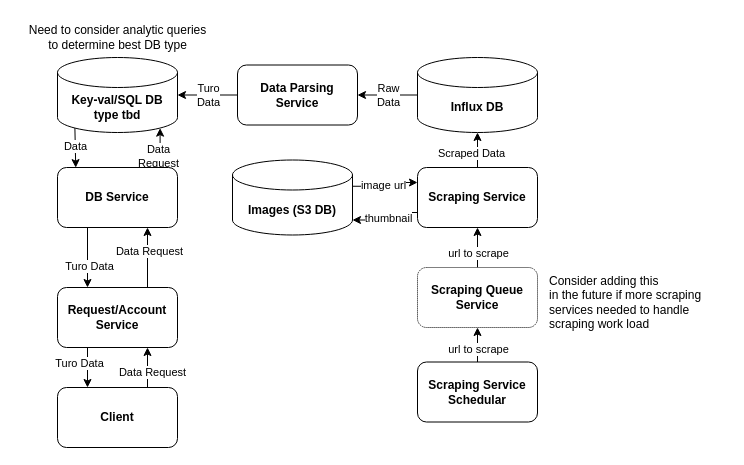
The draw.io diagram page "Collaboration Diagram" (2 of 6) of design/System Design.drawio in jacob-petterle/turo-scraper, before the edit. Source tidied: cells renumbered, new cells numbered last; positions are measured from the earlier drawing's top-left corner, leaving out a move shared by most shapes. Both pictures are drawn from the tidied source at 100%, with x=0, y=0 at pixel (17, 17).
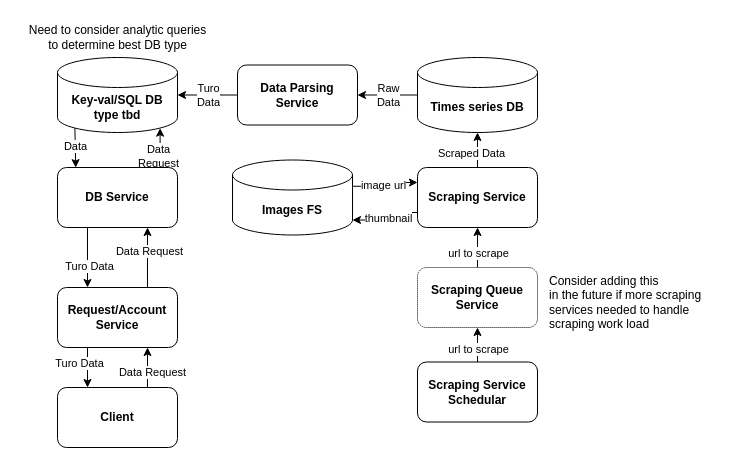
The same diagram, later.

Diff of the diagram source:
```diff
@@
-    <mxCell id="14" value="&lt;b&gt;Influx DB&lt;/b&gt;" style="shape=cylinder3;whiteSpace=wrap;html=1;boundedLbl=1;backgroundOutline=1;size=15;" parent="1" vertex="1">
+    <mxCell id="14" value="&lt;b&gt;Times series DB&lt;/b&gt;" style="shape=cylinder3;whiteSpace=wrap;html=1;boundedLbl=1;backgroundOutline=1;size=15;" parent="1" vertex="1">
       <mxGeometry x="400" y="40" width="120" height="75" as="geometry" />
     </mxCell>
@@
-    <mxCell id="28" value="&lt;b&gt;Images (S3 DB)&lt;/b&gt;" style="shape=cylinder3;whiteSpace=wrap;html=1;boundedLbl=1;backgroundOutline=1;size=15;" parent="1" vertex="1">
+    <mxCell id="28" value="&lt;b&gt;Images FS&lt;/b&gt;" style="shape=cylinder3;whiteSpace=wrap;html=1;boundedLbl=1;backgroundOutline=1;size=15;" parent="1" vertex="1">
       <mxGeometry x="215" y="142.5" width="120" height="75" as="geometry" />
     </mxCell>
```
